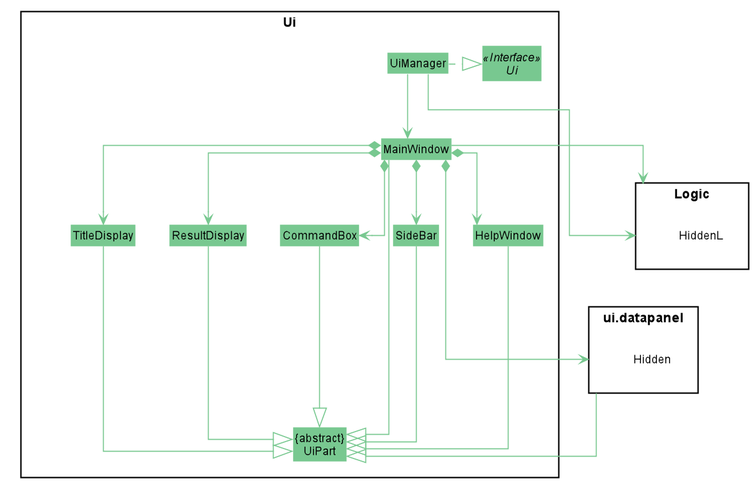
Above: docs/images/developerGuide/UiClassDiagram.png in xinyee20/tp (PlantUML), before the change. Source of this version:
```plantuml
@startuml
skinparam linetype ortho











skinparam BackgroundColor #FFFFFFF

skinparam Shadowing false

skinparam Class {
    FontColor #black
    BorderThickness 1
    BorderColor #FFFFFF
    StereotypeFontColor #black
    FontName Arial
}

skinparam Actor {
    FontColor #black
    BorderColor #black
    Color #black
    FontName Arial
}

skinparam Sequence {
    FontColor #black
    MessageAlign center
    BoxFontSize 15
    BoxPadding 0
    BoxFontColor #black
    FontName Arial
}

skinparam Participant {
    FontColor #black
    FontColor #black
    Padding 20
}

skinparam MinClassWidth 50
skinparam ParticipantPadding 10
skinparam Shadowing false
skinparam DefaultTextAlignment center
skinparam packageStyle Rectangle

hide footbox
hide members
hide circle
skinparam arrowThickness 1.1
skinparam arrowColor #78C890
skinparam classBackgroundColor #78C890

package Ui <<Rectangle>>{
Interface Ui <<Interface>>
Class "{abstract}\nUiPart" as UiPart
Class UiManager
Class MainWindow
Class TitleDisplay
Class ResultDisplay
Class CommandBox
Class SideBar
Class HelpWindow
}

package ui.datapanel {
Class Hidden #whitei
}

package Logic {
Class HiddenL #white
}

UiManager .right.|> Ui
UiManager -down-> MainWindow
MainWindow *--> ui.datapanel
MainWindow *-down-> TitleDisplay
MainWindow *-down-> ResultDisplay
MainWindow *-down-> CommandBox
MainWindow *-down-> SideBar
MainWindow *-down-> HelpWindow

MainWindow --down-|> UiPart
TitleDisplay --down-|> UiPart
ResultDisplay --down-|> UiPart
CommandBox --down-|> UiPart
SideBar --down-|> UiPart
HelpWindow --down-|> UiPart

ui.datapanel --|> UiPart

UiManager ---> Logic
MainWindow -right--> Logic

@enduml
```
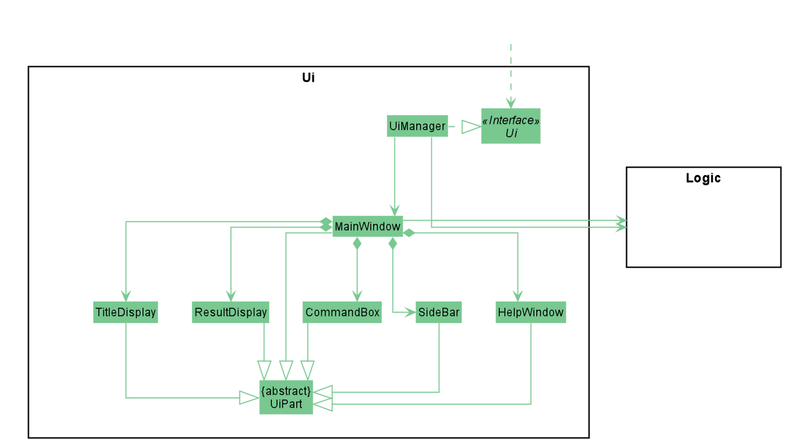
After the commit.

What changed in the source:
```diff
@@ -45,6 +45,12 @@
     Padding 20
 }
 
+skinparam activity {
+    ArrowColor #FF0000
+    BorderColor #9673A6
+    BackgroundColor #E1D5E7
+}
+
 skinparam MinClassWidth 50
 skinparam ParticipantPadding 10
 skinparam Shadowing false
@@ -57,6 +63,17 @@
 skinparam arrowThickness 1.1
 skinparam arrowColor #78C890
 skinparam classBackgroundColor #78C890
+skinparam classFontColor<<HiddenOutside>> #FFFFFF
+
+skinparam {
+classBackgroundColor<<HiddenOutside>> #FFFFFF
+classBorderColor<<HiddenOutside>> #FFFFFF
+classFontColor<<HiddenOutside>> #FFFFFF
+classStereotypeFontColor<<HiddenOutside>> #FFFFFF
+}
+
+Class hideOutside <<HiddenOutside>>
+hideOutside ..> Ui
 
 package Ui <<Rectangle>>{
 Interface Ui <<Interface>>
@@ -70,33 +87,25 @@
 Class HelpWindow
 }
 
-package ui.datapanel {
-Class Hidden #whitei
-}
-
 package Logic {
-Class HiddenL #white
+Class logic <<HiddenOutside>>
 }
 
 UiManager .right.|> Ui
 UiManager -down-> MainWindow
-MainWindow *--> ui.datapanel
 MainWindow *-down-> TitleDisplay
 MainWindow *-down-> ResultDisplay
 MainWindow *-down-> CommandBox
 MainWindow *-down-> SideBar
 MainWindow *-down-> HelpWindow
 
-MainWindow --down-|> UiPart
-TitleDisplay --down-|> UiPart
-ResultDisplay --down-|> UiPart
-CommandBox --down-|> UiPart
-SideBar --down-|> UiPart
-HelpWindow --down-|> UiPart
-
-ui.datapanel --|> UiPart
-
-UiManager ---> Logic
-MainWindow -right--> Logic
+MainWindow -down-|> UiPart
+TitleDisplay -down-|> UiPart
+ResultDisplay -down-|> UiPart
+CommandBox -down-|> UiPart
+SideBar -down-|> UiPart
+HelpWindow -down-|> UiPart
+UiManager -right-> Logic
+MainWindow -right-> Logic
 
 @enduml
```
